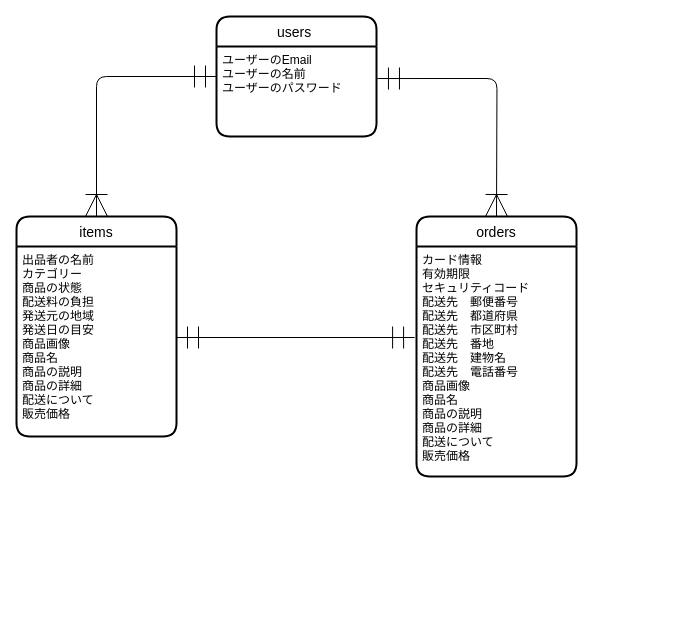
Earlier version of the draw.io diagram ER図.dio (masanaga225150/furima-.39448). Source tidied: cells renumbered, new cells numbered last; positions are measured from the earlier drawing's top-left corner, leaving out a move shared by most shapes. Both pictures are drawn from the tidied source at 100%, with x=0, y=0 at pixel (16, 16).
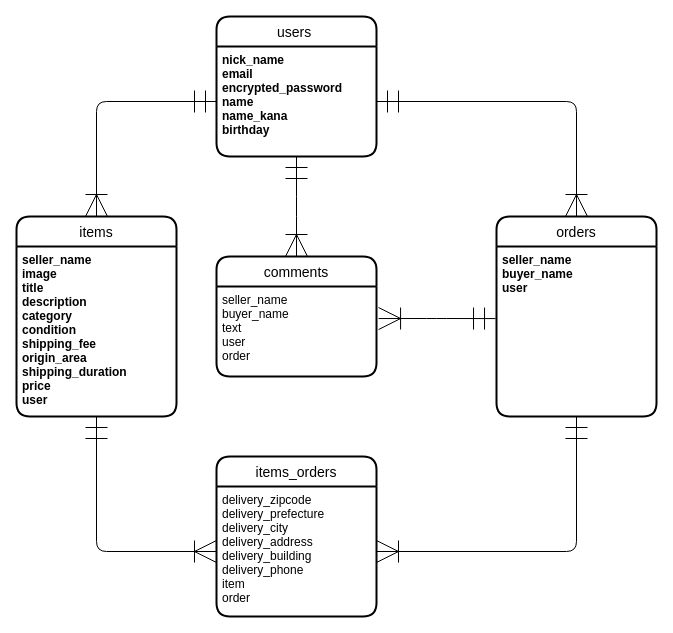
The same page after the edit.

Change to the diagram source:
```diff
@@
 <mxGraphModel>
   <root>
     <mxCell id="0" />
     <mxCell id="1" parent="0" />
     <mxCell id="2" value="users " style="swimlane;horizontal=1;startSize=30;rounded=1;fontSize=14;fontStyle=0;strokeWidth=2;shadow=0;dashed=0;align=center;" parent="1" vertex="1">
-      <mxGeometry x="200" width="160" height="120" as="geometry" />
+      <mxGeometry x="200" width="160" height="140" as="geometry" />
     </mxCell>
-    <mxCell id="3" value="ユーザーのEmail&#10;ユーザーの名前&#10;ユーザーのパスワード" style="align=left;strokeColor=none;fillColor=none;spacingLeft=4;fontSize=12;verticalAlign=top;" parent="2" vertex="1">
-      <mxGeometry y="30" width="160" height="90" as="geometry" />
+    <mxCell id="3" value="nick_name&#10;email&#10;encrypted_password&#10;name&#10;name_kana&#10;birthday" style="align=left;strokeColor=none;fillColor=none;spacingLeft=4;fontSize=12;verticalAlign=top;fontStyle=1;" parent="2" vertex="1">
+      <mxGeometry y="30" width="160" height="110" as="geometry" />
     </mxCell>
     <mxCell id="4" value="items" style="swimlane;horizontal=1;startSize=30;rounded=1;fontSize=14;fontStyle=0;strokeWidth=2;shadow=0;dashed=0;align=center;" parent="1" vertex="1">
-      <mxGeometry y="200" width="160" height="220" as="geometry" />
+      <mxGeometry y="200" width="160" height="200" as="geometry" />
     </mxCell>
-    <mxCell id="5" value="出品者の名前&#10;カテゴリー&#10;商品の状態&#10;配送料の負担&#10;発送元の地域&#10;発送日の目安&#10;商品画像&#10;商品名&#10;商品の説明&#10;商品の詳細&#10;配送について&#10;販売価格" style="align=left;strokeColor=none;fillColor=none;spacingLeft=4;fontSize=12;verticalAlign=top;" parent="4" vertex="1">
-      <mxGeometry y="30" width="160" height="190" as="geometry" />
+    <mxCell id="5" value="seller_name&#10;image&#10;title&#10;description&#10;category&#10;condition&#10;shipping_fee&#10;origin_area&#10;shipping_duration&#10;price&#10;user" style="align=left;strokeColor=none;fillColor=none;spacingLeft=4;fontSize=12;verticalAlign=top;fontStyle=1;" parent="4" vertex="1">
+      <mxGeometry y="30" width="160" height="170" as="geometry" />
     </mxCell>
     <mxCell id="6" value="orders" style="swimlane;horizontal=1;startSize=30;rounded=1;fontSize=14;fontStyle=0;strokeWidth=2;shadow=0;dashed=0;align=center;" parent="1" vertex="1">
-      <mxGeometry x="400" y="200" width="160" height="260" as="geometry" />
+      <mxGeometry x="480" y="200" width="160" height="200" as="geometry" />
     </mxCell>
-    <mxCell id="7" value="カード情報&#10;有効期限&#10;セキュリティコード&#10;配送先　郵便番号&#10;配送先　都道府県&#10;配送先　市区町村&#10;配送先　番地&#10;配送先　建物名&#10;配送先　電話番号&#10;商品画像&#10;商品名&#10;商品の説明&#10;商品の詳細&#10;配送について&#10;販売価格" style="align=left;strokeColor=none;fillColor=none;spacingLeft=4;fontSize=12;verticalAlign=top;" parent="6" vertex="1">
-      <mxGeometry y="30" width="160" height="230" as="geometry" />
+    <mxCell id="7" value="seller_name&#10;buyer_name&#10;user&#10;" style="align=left;strokeColor=none;fillColor=none;spacingLeft=4;fontSize=12;verticalAlign=top;fontStyle=1;" parent="6" vertex="1">
+      <mxGeometry y="30" width="160" height="170" as="geometry" />
     </mxCell>
-    <mxCell id="8" style="edgeStyle=orthogonalEdgeStyle;fontSize=12;html=1;endArrow=ERoneToMany;startArrow=ERmandOne;exitX=0;exitY=0.5;exitDx=0;exitDy=0;entryX=0.5;entryY=0;entryDx=0;entryDy=0;startSize=20;endSize=20;" parent="1" edge="1" source="2" target="4">
+    <mxCell id="8" style="edgeStyle=orthogonalEdgeStyle;fontSize=12;html=1;endArrow=ERoneToMany;startArrow=ERmandOne;exitX=0;exitY=0.5;exitDx=0;exitDy=0;entryX=0.5;entryY=0;entryDx=0;entryDy=0;startSize=20;endSize=20;" parent="1" edge="1" source="3" target="4">
       <mxGeometry relative="1" as="geometry" />
     </mxCell>
-    <mxCell id="9" style="edgeStyle=orthogonalEdgeStyle;fontSize=12;html=1;endArrow=ERoneToMany;startArrow=ERmandOne;exitX=1.006;exitY=0.356;exitDx=0;exitDy=0;entryX=0.5;entryY=0;entryDx=0;entryDy=0;startSize=20;endSize=20;exitPerimeter=0;" parent="1" edge="1" source="3">
-      <mxGeometry relative="1" as="geometry">
-        <mxPoint x="480" y="200" as="targetPoint" />
-      </mxGeometry>
+    <mxCell id="9" style="edgeStyle=orthogonalEdgeStyle;fontSize=12;html=1;endArrow=ERoneToMany;startArrow=ERmandOne;entryX=0.5;entryY=0;entryDx=0;entryDy=0;startSize=20;endSize=20;exitX=1;exitY=0.5;exitDx=0;exitDy=0;" parent="1" edge="1" source="3" target="6">
+      <mxGeometry relative="1" as="geometry" />
     </mxCell>
-    <mxCell id="10" style="edgeStyle=orthogonalEdgeStyle;html=1;exitX=1;exitY=0.5;exitDx=0;exitDy=0;entryX=-0.012;entryY=0.413;entryDx=0;entryDy=0;entryPerimeter=0;startSize=20;endSize=20;endArrow=ERmandOne;endFill=0;startArrow=ERmandOne;startFill=0;" parent="1" edge="1">
-      <mxGeometry relative="1" as="geometry">
-        <mxPoint x="160" y="321" as="sourcePoint" />
-        <mxPoint x="398.1" y="321" as="targetPoint" />
-      </mxGeometry>
-    </mxCell>
+    <mxCell id="11" value="items_orders" style="swimlane;horizontal=1;startSize=30;rounded=1;fontSize=14;fontStyle=0;strokeWidth=2;shadow=0;dashed=0;align=center;" parent="1" vertex="1">
+      <mxGeometry x="200" y="440" width="160" height="160" as="geometry" />
+    </mxCell>
+    <mxCell id="12" value="delivery_zipcode&#10;delivery_prefecture&#10;delivery_city&#10;delivery_address&#10;delivery_building&#10;delivery_phone&#10;item&#10;order&#10;" style="align=left;strokeColor=none;fillColor=none;spacingLeft=4;fontSize=12;verticalAlign=top;" parent="11" vertex="1">
+      <mxGeometry y="30" width="160" height="130" as="geometry" />
+    </mxCell>
+    <mxCell id="13" style="edgeStyle=orthogonalEdgeStyle;fontSize=12;html=1;endArrow=ERoneToMany;startArrow=ERmandOne;exitX=0.5;exitY=1;exitDx=0;exitDy=0;entryX=0;entryY=0.5;entryDx=0;entryDy=0;startSize=20;endSize=20;" parent="1" edge="1" source="5" target="12">
+      <mxGeometry relative="1" as="geometry" />
+    </mxCell>
+    <mxCell id="14" style="edgeStyle=orthogonalEdgeStyle;fontSize=12;html=1;endArrow=ERoneToMany;startArrow=ERmandOne;exitX=0.5;exitY=1;exitDx=0;exitDy=0;entryX=1;entryY=0.5;entryDx=0;entryDy=0;startSize=20;endSize=20;" parent="1" edge="1" source="7" target="12">
+      <mxGeometry relative="1" as="geometry" />
+    </mxCell>
+    <mxCell id="15" value="comments" style="swimlane;horizontal=1;startSize=30;rounded=1;fontSize=14;fontStyle=0;strokeWidth=2;shadow=0;dashed=0;align=center;" parent="1" vertex="1">
+      <mxGeometry x="200" y="240" width="160" height="120" as="geometry" />
+    </mxCell>
+    <mxCell id="16" value="seller_name&#10;buyer_name&#10;text&#10;user&#10;order&#10;" style="align=left;strokeColor=none;fillColor=none;spacingLeft=4;fontSize=12;verticalAlign=top;" parent="15" vertex="1">
+      <mxGeometry y="30" width="160" height="90" as="geometry" />
+    </mxCell>
+    <mxCell id="17" style="edgeStyle=orthogonalEdgeStyle;fontSize=12;html=1;endArrow=ERoneToMany;startArrow=ERmandOne;startSize=20;endSize=20;exitX=0.5;exitY=1;exitDx=0;exitDy=0;endFill=0;" parent="1" edge="1" source="3">
+      <mxGeometry relative="1" as="geometry">
+        <mxPoint x="280" y="240" as="targetPoint" />
+      </mxGeometry>
+    </mxCell>
+    <mxCell id="18" style="edgeStyle=orthogonalEdgeStyle;fontSize=12;html=1;endArrow=ERmandOne;startArrow=ERoneToMany;entryX=-0.006;entryY=0.424;entryDx=0;entryDy=0;startSize=20;endSize=20;entryPerimeter=0;exitX=1.013;exitY=0.356;exitDx=0;exitDy=0;exitPerimeter=0;startFill=0;endFill=0;" parent="1" edge="1" source="16" target="7">
+      <mxGeometry relative="1" as="geometry" />
+    </mxCell>
   </root>
 </mxGraphModel>
```
